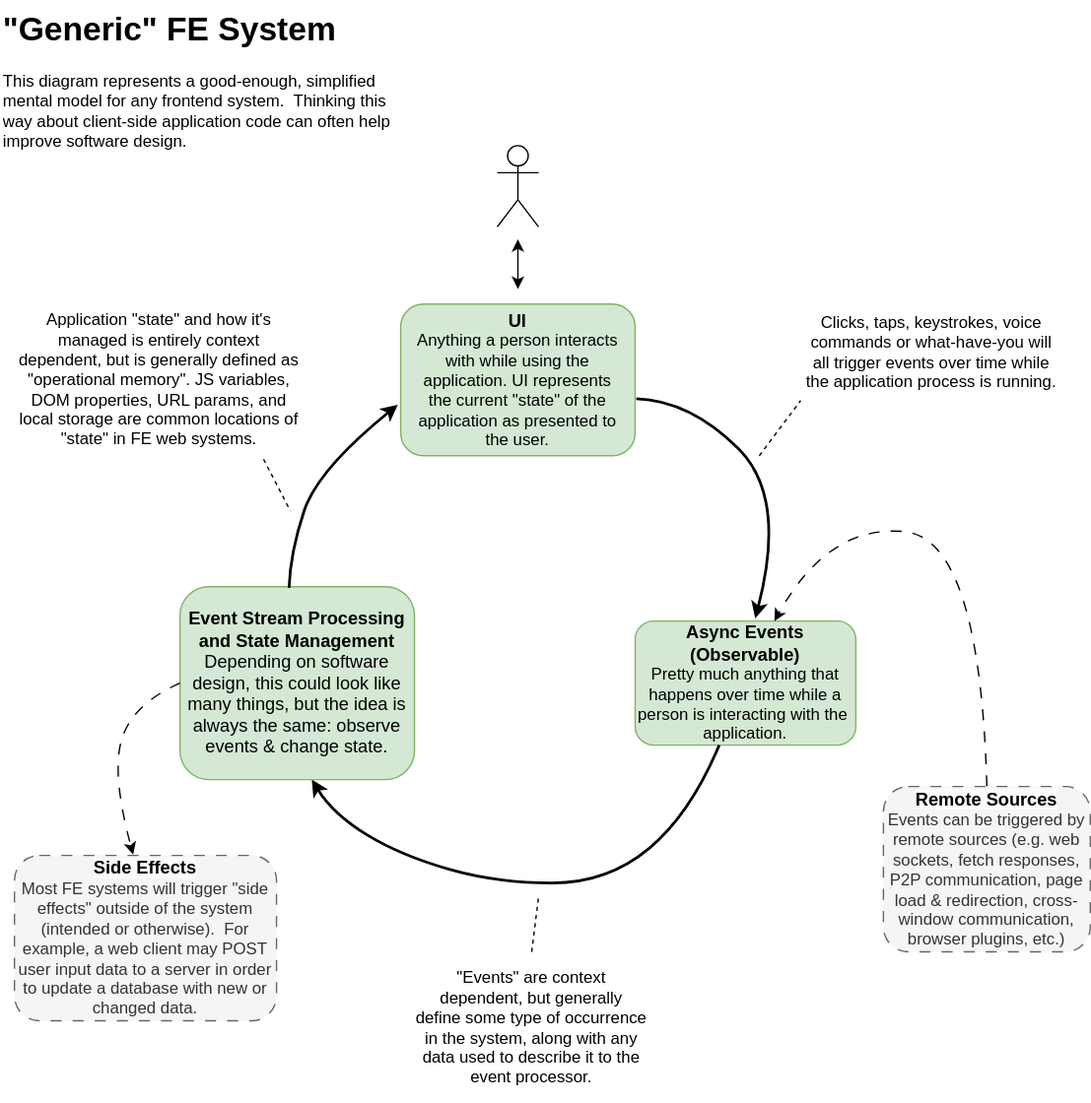
This is Generic-FE-System.drawio.svg from darthrellimnad/generic-fe-system, a draw.io export, as it was before one commit. Source tidied: cells renumbered, new cells last; positions are measured from the earlier drawing's top-left corner, leaving out a move shared by most shapes. Source of this version:
```xml
<mxGraphModel>
  <root>
    <mxCell id="0" />
    <mxCell id="1" parent="0" />
    <mxCell id="2" value="&lt;h1 style=&quot;margin-top: 0px;&quot;&gt;&quot;Generic&quot; FE System&lt;/h1&gt;&lt;p&gt;This diagram represents a good-enough, simplified mental model for any frontend system.&amp;nbsp; Thinking this way about client-side application code can often help improve software design.&lt;/p&gt;" style="text;html=1;whiteSpace=wrap;overflow=hidden;rounded=0;" parent="1" vertex="1">
      <mxGeometry width="290" height="120" as="geometry" />
    </mxCell>
    <mxCell id="3" value="&lt;font style=&quot;font-size: 13px;&quot;&gt;&lt;b&gt;Async Events (Observable)&lt;/b&gt;&lt;/font&gt;&lt;div&gt;Pretty much anything that happens over time while a person is interacting with the&amp;nbsp; application.&lt;/div&gt;" style="rounded=1;whiteSpace=wrap;html=1;fillColor=#d5e8d4;strokeColor=#82b366;" parent="1" vertex="1">
      <mxGeometry x="460" y="450" width="160" height="90" as="geometry" />
    </mxCell>
    <mxCell id="4" style="rounded=1;whiteSpace=wrap;html=1;fillColor=#d5e8d4;strokeColor=#82b366;" parent="1" vertex="1">
      <mxGeometry x="290" y="220" width="170" height="110" as="geometry" />
    </mxCell>
    <mxCell id="5" value="&lt;font style=&quot;font-size: 13px;&quot;&gt;&lt;b style=&quot;&quot;&gt;UI&lt;/b&gt;&lt;/font&gt;&lt;div style=&quot;&quot;&gt;Anything a person interacts with while using the application. UI represents the current &quot;state&quot; of the application as presented to the user.&lt;/div&gt;" style="text;html=1;align=center;verticalAlign=middle;whiteSpace=wrap;rounded=0;" parent="1" vertex="1">
      <mxGeometry x="300" y="225" width="150" height="100" as="geometry" />
    </mxCell>
    <mxCell id="6" style="curved=1;endArrow=classic;html=1;rounded=0;entryX=0.562;entryY=1;entryDx=0;entryDy=0;entryPerimeter=0;exitX=0.381;exitY=1;exitDx=0;exitDy=0;exitPerimeter=0;strokeWidth=2;" parent="1" edge="1" source="3" target="9">
      <mxGeometry relative="1" as="geometry">
        <Array as="points">
          <mxPoint x="500" y="590" />
          <mxPoint x="440" y="640" />
          <mxPoint x="360" y="640" />
          <mxPoint x="290" y="620" />
          <mxPoint x="241" y="590" />
        </Array>
      </mxGeometry>
    </mxCell>
    <mxCell id="7" style="curved=1;endArrow=classic;html=1;rounded=0;exitX=0.5;exitY=0;exitDx=0;exitDy=0;entryX=0.631;entryY=0;entryDx=0;entryDy=0;entryPerimeter=0;dashed=1;dashPattern=8 8;" parent="1" edge="1" source="8" target="3">
      <mxGeometry relative="1" as="geometry">
        <Array as="points">
          <mxPoint x="710" y="390" />
          <mxPoint x="600" y="380" />
        </Array>
      </mxGeometry>
    </mxCell>
    <mxCell id="8" value="&lt;b style=&quot;color: rgb(0, 0, 0); font-family: Helvetica; font-size: 13px; font-style: normal; font-variant-ligatures: normal; font-variant-caps: normal; letter-spacing: normal; orphans: 2; text-align: center; text-indent: 0px; text-transform: none; widows: 2; word-spacing: 0px; -webkit-text-stroke-width: 0px; white-space: normal; background-color: rgb(251, 251, 251); text-decoration-thickness: initial; text-decoration-style: initial; text-decoration-color: initial;&quot;&gt;Remote Sources&lt;/b&gt;&lt;div&gt;Events can be triggered by remote sources (e.g. web sockets, fetch responses, P2P communication, page load &amp;amp; redirection, cross-window communication, browser plugins, etc.)&lt;/div&gt;" style="rounded=1;whiteSpace=wrap;html=1;shadow=0;glass=0;strokeColor=#666666;strokeWidth=1;perimeterSpacing=0;fillColor=#f5f5f5;fontColor=#333333;dashed=1;dashPattern=8 8;" parent="1" vertex="1">
      <mxGeometry x="640" y="570" width="150" height="120" as="geometry" />
    </mxCell>
    <mxCell id="9" value="&lt;b&gt;&lt;font style=&quot;font-size: 13px;&quot;&gt;Event Stream Processing and State Management&lt;/font&gt;&lt;/b&gt;&lt;div&gt;&lt;font style=&quot;font-size: 13px;&quot;&gt;Depending on software design, this could look like many things, but the idea is always the same: observe events &amp;amp; change state.&lt;/font&gt;&lt;/div&gt;" style="rounded=1;whiteSpace=wrap;html=1;fillColor=#d5e8d4;strokeColor=#82b366;" parent="1" vertex="1">
      <mxGeometry x="130" y="425" width="170" height="140" as="geometry" />
    </mxCell>
    <mxCell id="10" style="curved=1;endArrow=classic;html=1;rounded=0;exitX=0.465;exitY=0.007;exitDx=0;exitDy=0;exitPerimeter=0;entryX=-0.012;entryY=0.664;entryDx=0;entryDy=0;entryPerimeter=0;strokeWidth=2;" parent="1" edge="1" source="9" target="4">
      <mxGeometry relative="1" as="geometry">
        <Array as="points">
          <mxPoint x="210" y="400" />
          <mxPoint x="230" y="340" />
        </Array>
      </mxGeometry>
    </mxCell>
    <mxCell id="11" style="curved=1;endArrow=classic;html=1;rounded=0;entryX=0.544;entryY=-0.022;entryDx=0;entryDy=0;entryPerimeter=0;exitX=1.005;exitY=0.624;exitDx=0;exitDy=0;exitPerimeter=0;strokeWidth=2;" parent="1" edge="1" source="4" target="3">
      <mxGeometry relative="1" as="geometry">
        <Array as="points">
          <mxPoint x="500" y="290" />
          <mxPoint x="570" y="360" />
        </Array>
      </mxGeometry>
    </mxCell>
    <mxCell id="12" value="Clicks, taps, keystrokes, voice commands or what-have-you will all trigger events over time while the application process is running." style="text;html=1;align=center;verticalAlign=middle;whiteSpace=wrap;rounded=0;" parent="1" vertex="1">
      <mxGeometry x="580" y="220" width="190" height="70" as="geometry" />
    </mxCell>
    <mxCell id="13" value="Application &quot;state&quot; and how it's managed is entirely context dependent, but is generally defined as &quot;operational memory&quot;. JS variables, DOM properties, URL params, and local storage are common locations of &quot;state&quot; in FE web systems." style="text;html=1;align=center;verticalAlign=middle;whiteSpace=wrap;rounded=0;" parent="1" vertex="1">
      <mxGeometry x="10" y="220" width="210" height="110" as="geometry" />
    </mxCell>
    <mxCell id="14" style="endArrow=none;dashed=1;html=1;rounded=0;entryX=0;entryY=1;entryDx=0;entryDy=0;" parent="1" edge="1" target="12">
      <mxGeometry relative="1" as="geometry">
        <mxPoint x="550" y="330" as="sourcePoint" />
      </mxGeometry>
    </mxCell>
    <mxCell id="15" style="endArrow=none;dashed=1;html=1;rounded=0;exitX=0.5;exitY=0;exitDx=0;exitDy=0;" parent="1" edge="1" source="16">
      <mxGeometry relative="1" as="geometry">
        <mxPoint x="390" y="650" as="targetPoint" />
      </mxGeometry>
    </mxCell>
    <mxCell id="16" value="&quot;Events&quot; are context dependent, but generally define some type of occurrence in the system, along with any data used to describe it to the event processor." style="text;html=1;align=center;verticalAlign=middle;whiteSpace=wrap;rounded=0;" parent="1" vertex="1">
      <mxGeometry x="300" y="690" width="170" height="110" as="geometry" />
    </mxCell>
    <mxCell id="17" style="endArrow=none;dashed=1;html=1;rounded=0;exitX=0.86;exitY=1.023;exitDx=0;exitDy=0;exitPerimeter=0;" parent="1" edge="1" source="13">
      <mxGeometry relative="1" as="geometry">
        <mxPoint x="210" y="370" as="targetPoint" />
      </mxGeometry>
    </mxCell>
    <mxCell id="18" style="shape=umlActor;verticalLabelPosition=bottom;verticalAlign=top;html=1;flipV=0;" parent="1" vertex="1">
      <mxGeometry x="360" y="105" width="30" height="59" as="geometry" />
    </mxCell>
    <mxCell id="19" style="endArrow=classic;startArrow=classic;html=1;rounded=0;" parent="1" edge="1">
      <mxGeometry relative="1" as="geometry">
        <mxPoint x="375" y="209" as="sourcePoint" />
        <mxPoint x="375" y="173" as="targetPoint" />
      </mxGeometry>
    </mxCell>
    <mxCell id="20" value="&lt;b style=&quot;color: rgb(0, 0, 0); font-family: Helvetica; font-size: 13px; font-style: normal; font-variant-ligatures: normal; font-variant-caps: normal; letter-spacing: normal; orphans: 2; text-align: center; text-indent: 0px; text-transform: none; widows: 2; word-spacing: 0px; -webkit-text-stroke-width: 0px; white-space: normal; background-color: rgb(251, 251, 251); text-decoration-thickness: initial; text-decoration-style: initial; text-decoration-color: initial;&quot;&gt;Side Effects&lt;/b&gt;&lt;div&gt;Most FE systems will trigger &quot;side effects&quot; outside of the system (intended or otherwise).&amp;nbsp; For example, a web client may POST user input data to a server in order to update a database with new or changed data.&lt;/div&gt;" style="rounded=1;whiteSpace=wrap;html=1;shadow=0;glass=0;strokeColor=#666666;strokeWidth=1;perimeterSpacing=0;fillColor=#f5f5f5;fontColor=#333333;dashed=1;dashPattern=8 8;" parent="1" vertex="1">
      <mxGeometry x="10" y="620" width="190" height="120" as="geometry" />
    </mxCell>
    <mxCell id="21" style="curved=1;endArrow=classic;html=1;rounded=0;exitX=0;exitY=0.5;exitDx=0;exitDy=0;entryX=0.453;entryY=-0.005;entryDx=0;entryDy=0;entryPerimeter=0;dashed=1;dashPattern=8 8;" parent="1" edge="1" source="9" target="20">
      <mxGeometry relative="1" as="geometry">
        <Array as="points">
          <mxPoint x="96" y="510" />
          <mxPoint x="80" y="560" />
        </Array>
      </mxGeometry>
    </mxCell>
  </root>
</mxGraphModel>
```
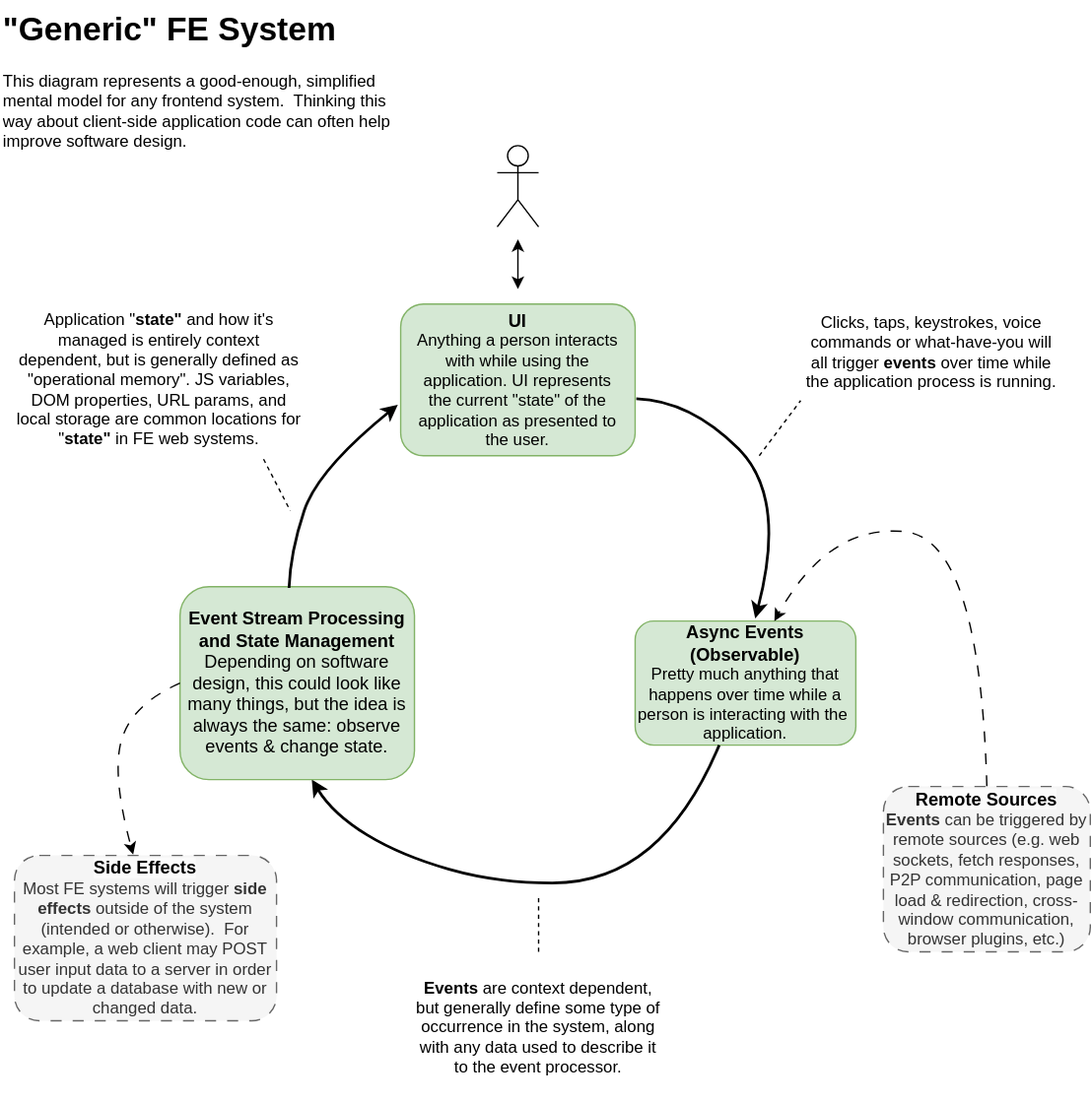
The same file after the commit.

Change to the diagram source:
```diff
@@ -33,7 +33,7 @@
         </Array>
       </mxGeometry>
     </mxCell>
-    <mxCell id="8" value="&lt;b style=&quot;color: rgb(0, 0, 0); font-family: Helvetica; font-size: 13px; font-style: normal; font-variant-ligatures: normal; font-variant-caps: normal; letter-spacing: normal; orphans: 2; text-align: center; text-indent: 0px; text-transform: none; widows: 2; word-spacing: 0px; -webkit-text-stroke-width: 0px; white-space: normal; background-color: rgb(251, 251, 251); text-decoration-thickness: initial; text-decoration-style: initial; text-decoration-color: initial;&quot;&gt;Remote Sources&lt;/b&gt;&lt;div&gt;Events can be triggered by remote sources (e.g. web sockets, fetch responses, P2P communication, page load &amp;amp; redirection, cross-window communication, browser plugins, etc.)&lt;/div&gt;" style="rounded=1;whiteSpace=wrap;html=1;shadow=0;glass=0;strokeColor=#666666;strokeWidth=1;perimeterSpacing=0;fillColor=#f5f5f5;fontColor=#333333;dashed=1;dashPattern=8 8;" parent="1" vertex="1">
+    <mxCell id="8" value="&lt;b style=&quot;color: rgb(0, 0, 0); font-family: Helvetica; font-size: 13px; font-style: normal; font-variant-ligatures: normal; font-variant-caps: normal; letter-spacing: normal; orphans: 2; text-align: center; text-indent: 0px; text-transform: none; widows: 2; word-spacing: 0px; -webkit-text-stroke-width: 0px; white-space: normal; background-color: rgb(251, 251, 251); text-decoration-thickness: initial; text-decoration-style: initial; text-decoration-color: initial;&quot;&gt;Remote Sources&lt;/b&gt;&lt;div&gt;&lt;b&gt;Events&lt;/b&gt; can be triggered by remote sources (e.g. web sockets, fetch responses, P2P communication, page load &amp;amp; redirection, cross-window communication, browser plugins, etc.)&lt;/div&gt;" style="rounded=1;whiteSpace=wrap;html=1;shadow=0;glass=0;strokeColor=#666666;strokeWidth=1;perimeterSpacing=0;fillColor=#f5f5f5;fontColor=#333333;dashed=1;dashPattern=8 8;" parent="1" vertex="1">
       <mxGeometry x="640" y="570" width="150" height="120" as="geometry" />
     </mxCell>
     <mxCell id="9" value="&lt;b&gt;&lt;font style=&quot;font-size: 13px;&quot;&gt;Event Stream Processing and State Management&lt;/font&gt;&lt;/b&gt;&lt;div&gt;&lt;font style=&quot;font-size: 13px;&quot;&gt;Depending on software design, this could look like many things, but the idea is always the same: observe events &amp;amp; change state.&lt;/font&gt;&lt;/div&gt;" style="rounded=1;whiteSpace=wrap;html=1;fillColor=#d5e8d4;strokeColor=#82b366;" parent="1" vertex="1">
@@ -55,10 +55,10 @@
         </Array>
       </mxGeometry>
     </mxCell>
-    <mxCell id="12" value="Clicks, taps, keystrokes, voice commands or what-have-you will all trigger events over time while the application process is running." style="text;html=1;align=center;verticalAlign=middle;whiteSpace=wrap;rounded=0;" parent="1" vertex="1">
+    <mxCell id="12" value="Clicks, taps, keystrokes, voice commands or what-have-you will all trigger &lt;b&gt;events&lt;/b&gt; over time while the application process is running." style="text;html=1;align=center;verticalAlign=middle;whiteSpace=wrap;rounded=0;" parent="1" vertex="1">
       <mxGeometry x="580" y="220" width="190" height="70" as="geometry" />
     </mxCell>
-    <mxCell id="13" value="Application &quot;state&quot; and how it's managed is entirely context dependent, but is generally defined as &quot;operational memory&quot;. JS variables, DOM properties, URL params, and local storage are common locations of &quot;state&quot; in FE web systems." style="text;html=1;align=center;verticalAlign=middle;whiteSpace=wrap;rounded=0;" parent="1" vertex="1">
+    <mxCell id="13" value="Application &quot;&lt;b&gt;state&quot;&lt;/b&gt;&amp;nbsp;and how it's managed is entirely context dependent, but is generally defined as &quot;operational memory&quot;. JS variables, DOM properties, URL params, and local storage are common locations for &quot;&lt;b&gt;state&quot;&lt;/b&gt;&amp;nbsp;in FE web systems." style="text;html=1;align=center;verticalAlign=middle;whiteSpace=wrap;rounded=0;" parent="1" vertex="1">
       <mxGeometry x="10" y="220" width="210" height="110" as="geometry" />
     </mxCell>
     <mxCell id="14" style="endArrow=none;dashed=1;html=1;rounded=0;entryX=0;entryY=1;entryDx=0;entryDy=0;" parent="1" edge="1" target="12">
@@ -71,8 +71,8 @@
         <mxPoint x="390" y="650" as="targetPoint" />
       </mxGeometry>
     </mxCell>
-    <mxCell id="16" value="&quot;Events&quot; are context dependent, but generally define some type of occurrence in the system, along with any data used to describe it to the event processor." style="text;html=1;align=center;verticalAlign=middle;whiteSpace=wrap;rounded=0;" parent="1" vertex="1">
-      <mxGeometry x="300" y="690" width="170" height="110" as="geometry" />
+    <mxCell id="16" value="&lt;b&gt;Events&lt;/b&gt;&amp;nbsp;are context dependent, but generally define some type of occurrence in the system, along with any data used to describe it to the event processor." style="text;html=1;align=center;verticalAlign=middle;whiteSpace=wrap;rounded=0;" parent="1" vertex="1">
+      <mxGeometry x="300" y="690" width="180" height="110" as="geometry" />
     </mxCell>
     <mxCell id="17" style="endArrow=none;dashed=1;html=1;rounded=0;exitX=0.86;exitY=1.023;exitDx=0;exitDy=0;exitPerimeter=0;" parent="1" edge="1" source="13">
       <mxGeometry relative="1" as="geometry">
@@ -88,7 +88,7 @@
         <mxPoint x="375" y="173" as="targetPoint" />
       </mxGeometry>
     </mxCell>
-    <mxCell id="20" value="&lt;b style=&quot;color: rgb(0, 0, 0); font-family: Helvetica; font-size: 13px; font-style: normal; font-variant-ligatures: normal; font-variant-caps: normal; letter-spacing: normal; orphans: 2; text-align: center; text-indent: 0px; text-transform: none; widows: 2; word-spacing: 0px; -webkit-text-stroke-width: 0px; white-space: normal; background-color: rgb(251, 251, 251); text-decoration-thickness: initial; text-decoration-style: initial; text-decoration-color: initial;&quot;&gt;Side Effects&lt;/b&gt;&lt;div&gt;Most FE systems will trigger &quot;side effects&quot; outside of the system (intended or otherwise).&amp;nbsp; For example, a web client may POST user input data to a server in order to update a database with new or changed data.&lt;/div&gt;" style="rounded=1;whiteSpace=wrap;html=1;shadow=0;glass=0;strokeColor=#666666;strokeWidth=1;perimeterSpacing=0;fillColor=#f5f5f5;fontColor=#333333;dashed=1;dashPattern=8 8;" parent="1" vertex="1">
+    <mxCell id="20" value="&lt;b style=&quot;color: rgb(0, 0, 0); font-family: Helvetica; font-size: 13px; font-style: normal; font-variant-ligatures: normal; font-variant-caps: normal; letter-spacing: normal; orphans: 2; text-align: center; text-indent: 0px; text-transform: none; widows: 2; word-spacing: 0px; -webkit-text-stroke-width: 0px; white-space: normal; background-color: rgb(251, 251, 251); text-decoration-thickness: initial; text-decoration-style: initial; text-decoration-color: initial;&quot;&gt;Side Effects&lt;/b&gt;&lt;div&gt;Most FE systems will trigger &lt;b&gt;side effects&lt;/b&gt;&amp;nbsp;outside of the system (intended or otherwise).&amp;nbsp; For example, a web client may POST user input data to a server in order to update a database with new or changed data.&lt;/div&gt;" style="rounded=1;whiteSpace=wrap;html=1;shadow=0;glass=0;strokeColor=#666666;strokeWidth=1;perimeterSpacing=0;fillColor=#f5f5f5;fontColor=#333333;dashed=1;dashPattern=8 8;" parent="1" vertex="1">
       <mxGeometry x="10" y="620" width="190" height="120" as="geometry" />
     </mxCell>
     <mxCell id="21" style="curved=1;endArrow=classic;html=1;rounded=0;exitX=0;exitY=0.5;exitDx=0;exitDy=0;entryX=0.453;entryY=-0.005;entryDx=0;entryDy=0;entryPerimeter=0;dashed=1;dashPattern=8 8;" parent="1" edge="1" source="9" target="20">
```
